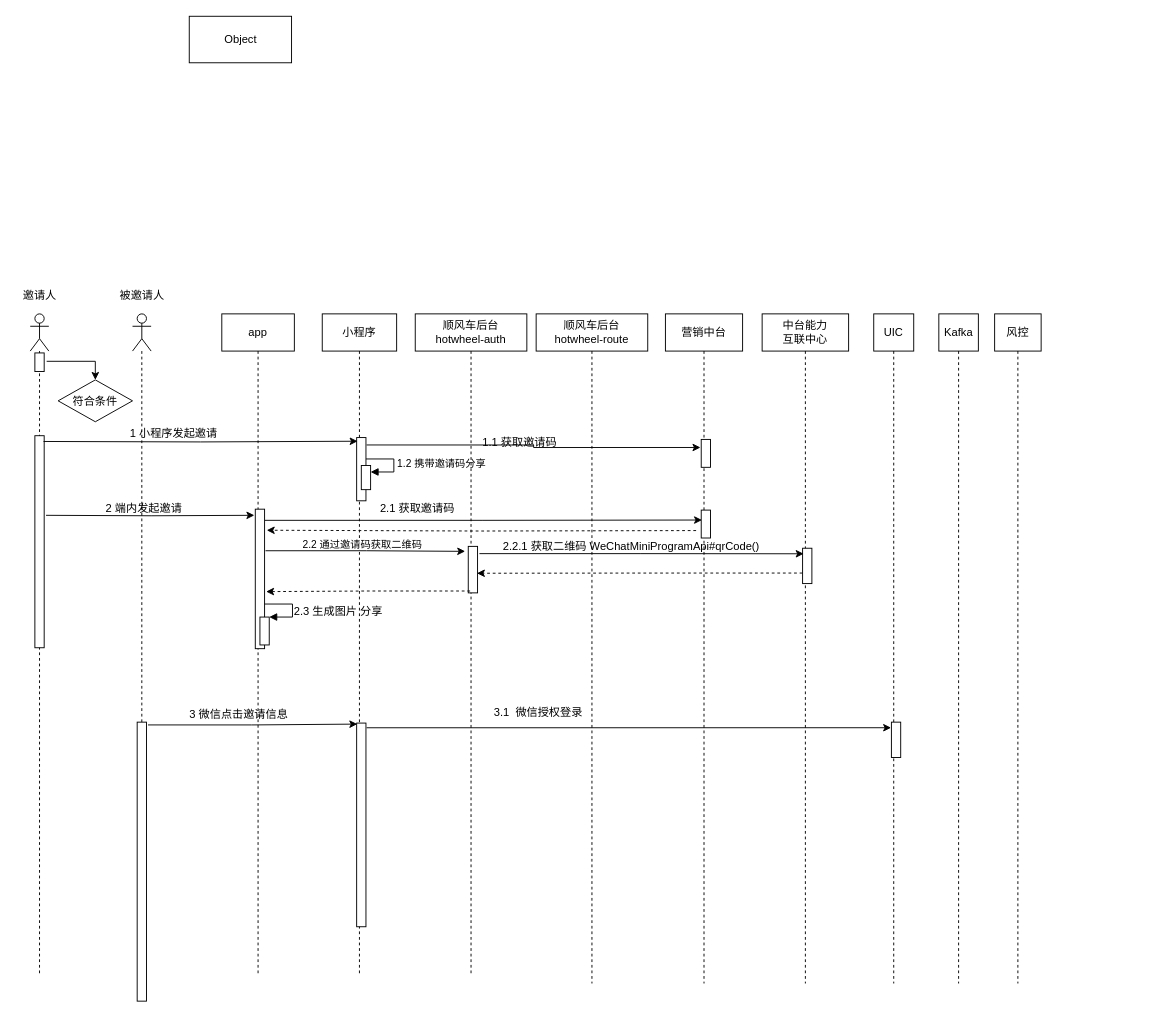
The draw.io diagram page "乘客拉新活动邀请2.11" (15 of 16) of Untitled Diagram.drawio in liufuchen88/test2, before the edit. Source tidied: cells renumbered, new cells numbered last; positions are measured from the earlier drawing's top-left corner, leaving out a move shared by most shapes. Both pictures are drawn from the tidied source at 93%, with x=0, y=0 at pixel (16, 16).
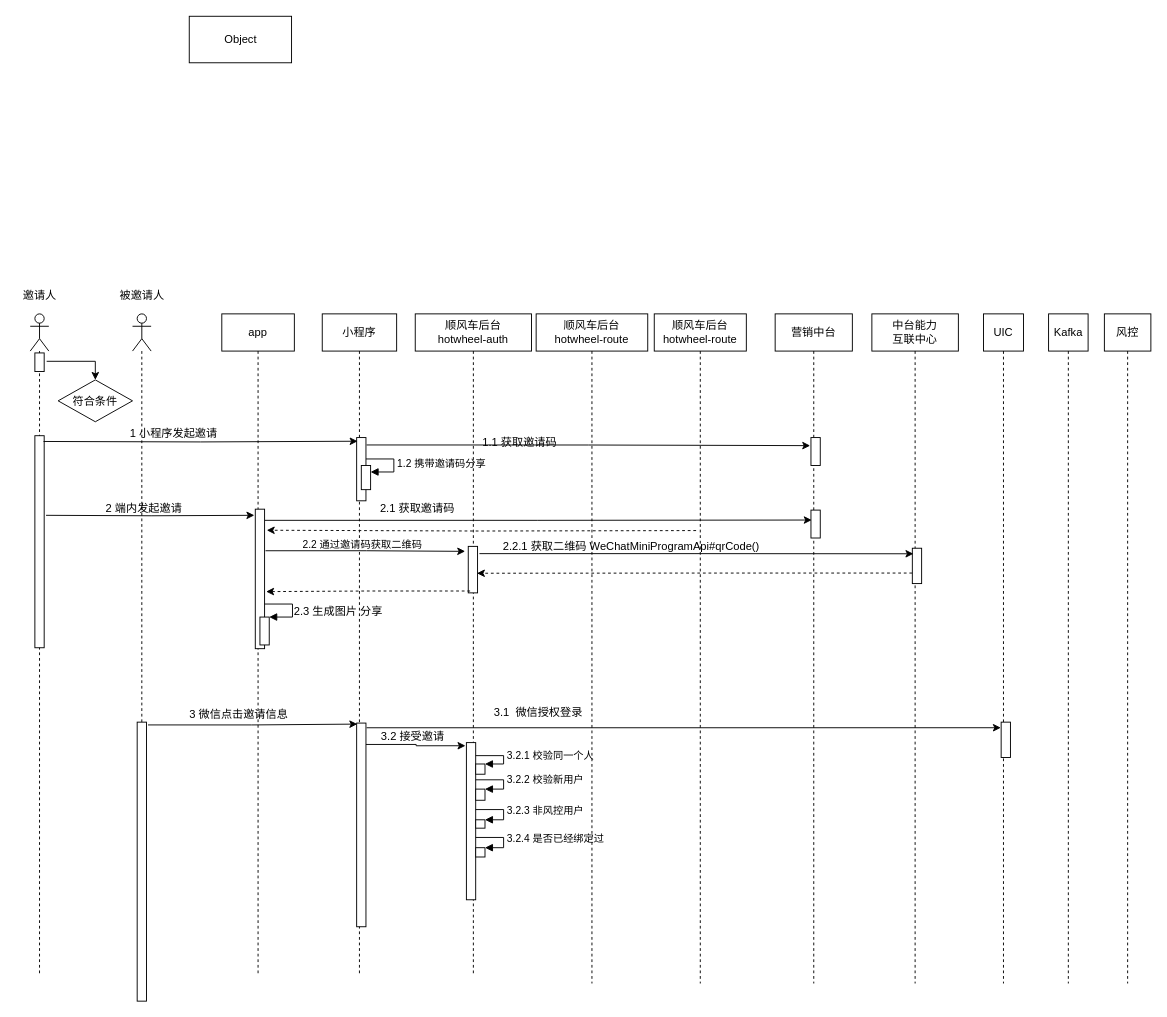
After the change.

Unchanged cells that the change refers to:
```xml
<mxCell id="18" style="html=1;points=[];perimeter=orthogonalPerimeter;" parent="13" vertex="1">
  <mxGeometry x="37" y="440" width="10" height="219" as="geometry" />
</mxCell>
```

What changed in the source:
```diff
@@
     <mxCell id="19" value="顺风车后台&lt;br&gt;hotwheel-auth" style="shape=umlLifeline;perimeter=lifelinePerimeter;whiteSpace=wrap;html=1;" parent="1" vertex="1">
-      <mxGeometry x="429" y="320" width="120" height="710" as="geometry" />
+      <mxGeometry x="429" y="320" width="125" height="710" as="geometry" />
     </mxCell>
@@
+    <mxCell id="53" style="html=1;points=[];perimeter=orthogonalPerimeter;" parent="19" vertex="1">
+      <mxGeometry x="55" y="461" width="10" height="169" as="geometry" />
+    </mxCell>
+    <mxCell id="54" style="html=1;points=[];perimeter=orthogonalPerimeter;" parent="19" vertex="1">
+      <mxGeometry x="65" y="484" width="10" height="11" as="geometry" />
+    </mxCell>
+    <mxCell id="55" value="3.2.1 校验同一个人" style="edgeStyle=orthogonalEdgeStyle;html=1;align=left;spacingLeft=2;endArrow=block;rounded=0;entryX=1;entryY=0;" parent="19" edge="1" target="54">
+      <mxGeometry relative="1" as="geometry">
+        <mxPoint x="65" y="475" as="sourcePoint" />
+        <Array as="points">
+          <mxPoint x="95" y="475" />
+        </Array>
+      </mxGeometry>
+    </mxCell>
+    <mxCell id="56" style="html=1;points=[];perimeter=orthogonalPerimeter;" parent="19" vertex="1">
+      <mxGeometry x="65" y="511" width="10" height="12" as="geometry" />
+    </mxCell>
+    <mxCell id="57" value="3.2.2 校验新用户" style="edgeStyle=orthogonalEdgeStyle;html=1;align=left;spacingLeft=2;endArrow=block;rounded=0;entryX=1;entryY=0;" parent="19" edge="1" target="56">
+      <mxGeometry relative="1" as="geometry">
+        <mxPoint x="65" y="501" as="sourcePoint" />
+        <Array as="points">
+          <mxPoint x="95" y="501" />
+        </Array>
+      </mxGeometry>
+    </mxCell>
+    <mxCell id="58" style="html=1;points=[];perimeter=orthogonalPerimeter;" parent="19" vertex="1">
+      <mxGeometry x="65" y="544" width="10" height="9" as="geometry" />
+    </mxCell>
+    <mxCell id="59" value="3.2.3 非风控用户" style="edgeStyle=orthogonalEdgeStyle;html=1;align=left;spacingLeft=2;endArrow=block;rounded=0;entryX=1;entryY=0;" parent="19" edge="1" target="58">
+      <mxGeometry relative="1" as="geometry">
+        <mxPoint x="65" y="533" as="sourcePoint" />
+        <Array as="points">
+          <mxPoint x="95" y="533" />
+        </Array>
+      </mxGeometry>
+    </mxCell>
+    <mxCell id="60" style="html=1;points=[];perimeter=orthogonalPerimeter;" parent="19" vertex="1">
+      <mxGeometry x="65" y="574" width="10" height="10" as="geometry" />
+    </mxCell>
+    <mxCell id="61" value="3.2.4 是否已经绑定过" style="edgeStyle=orthogonalEdgeStyle;html=1;align=left;spacingLeft=2;endArrow=block;rounded=0;entryX=1;entryY=0;" parent="19" edge="1" target="60">
+      <mxGeometry relative="1" as="geometry">
+        <mxPoint x="65" y="563" as="sourcePoint" />
+        <Array as="points">
+          <mxPoint x="95" y="563" />
+        </Array>
+      </mxGeometry>
+    </mxCell>
@@
     <mxCell id="22" value="营销中台" style="shape=umlLifeline;perimeter=lifelinePerimeter;whiteSpace=wrap;html=1;" parent="1" vertex="1">
-      <mxGeometry x="698" y="320" width="83" height="720" as="geometry" />
+      <mxGeometry x="816" y="320" width="83" height="720" as="geometry" />
     </mxCell>
     <mxCell id="23" style="html=1;points=[];perimeter=orthogonalPerimeter;" parent="22" vertex="1">
-      <mxGeometry x="38.5" y="135" width="10" height="30" as="geometry" />
+      <mxGeometry x="38.5" y="133" width="10" height="30" as="geometry" />
     </mxCell>
@@
     <mxCell id="25" value="中台能力&lt;br&gt;互联中心" style="shape=umlLifeline;perimeter=lifelinePerimeter;whiteSpace=wrap;html=1;" parent="1" vertex="1">
-      <mxGeometry x="802" y="320" width="93" height="720" as="geometry" />
+      <mxGeometry x="920" y="320" width="93" height="720" as="geometry" />
     </mxCell>
@@
     <mxCell id="27" value="UIC" style="shape=umlLifeline;perimeter=lifelinePerimeter;whiteSpace=wrap;html=1;" parent="1" vertex="1">
-      <mxGeometry x="922" y="320" width="43" height="720" as="geometry" />
+      <mxGeometry x="1040" y="320" width="43" height="720" as="geometry" />
     </mxCell>
@@
     <mxCell id="29" value="Kafka" style="shape=umlLifeline;perimeter=lifelinePerimeter;whiteSpace=wrap;html=1;" parent="1" vertex="1">
-      <mxGeometry x="992" y="320" width="42.5" height="720" as="geometry" />
+      <mxGeometry x="1110" y="320" width="42.5" height="720" as="geometry" />
     </mxCell>
     <mxCell id="30" value="风控" style="shape=umlLifeline;perimeter=lifelinePerimeter;whiteSpace=wrap;html=1;" parent="1" vertex="1">
-      <mxGeometry x="1052" y="320" width="50" height="720" as="geometry" />
+      <mxGeometry x="1170" y="320" width="50" height="720" as="geometry" />
     </mxCell>
@@
+    <mxCell id="62" style="edgeStyle=orthogonalEdgeStyle;rounded=0;jettySize=auto;html=1;entryX=-0.1;entryY=0.02;entryDx=0;entryDy=0;entryPerimeter=0;exitX=1;exitY=0.105;exitDx=0;exitDy=0;exitPerimeter=0;" parent="1" edge="1" source="18" target="53">
+      <mxGeometry relative="1" as="geometry" />
+    </mxCell>
+    <mxCell id="63" value="3.2 接受邀请" style="text;html=1;align=center;verticalAlign=middle;strokeColor=none;fillColor=none;" parent="1" vertex="1">
+      <mxGeometry x="386" y="765" width="80" height="20" as="geometry" />
+    </mxCell>
+    <mxCell id="64" value="顺风车后台&lt;br&gt;hotwheel-route" style="shape=umlLifeline;perimeter=lifelinePerimeter;whiteSpace=wrap;html=1;" parent="1" vertex="1">
+      <mxGeometry x="686" y="320" width="99" height="720" as="geometry" />
+    </mxCell>
```
